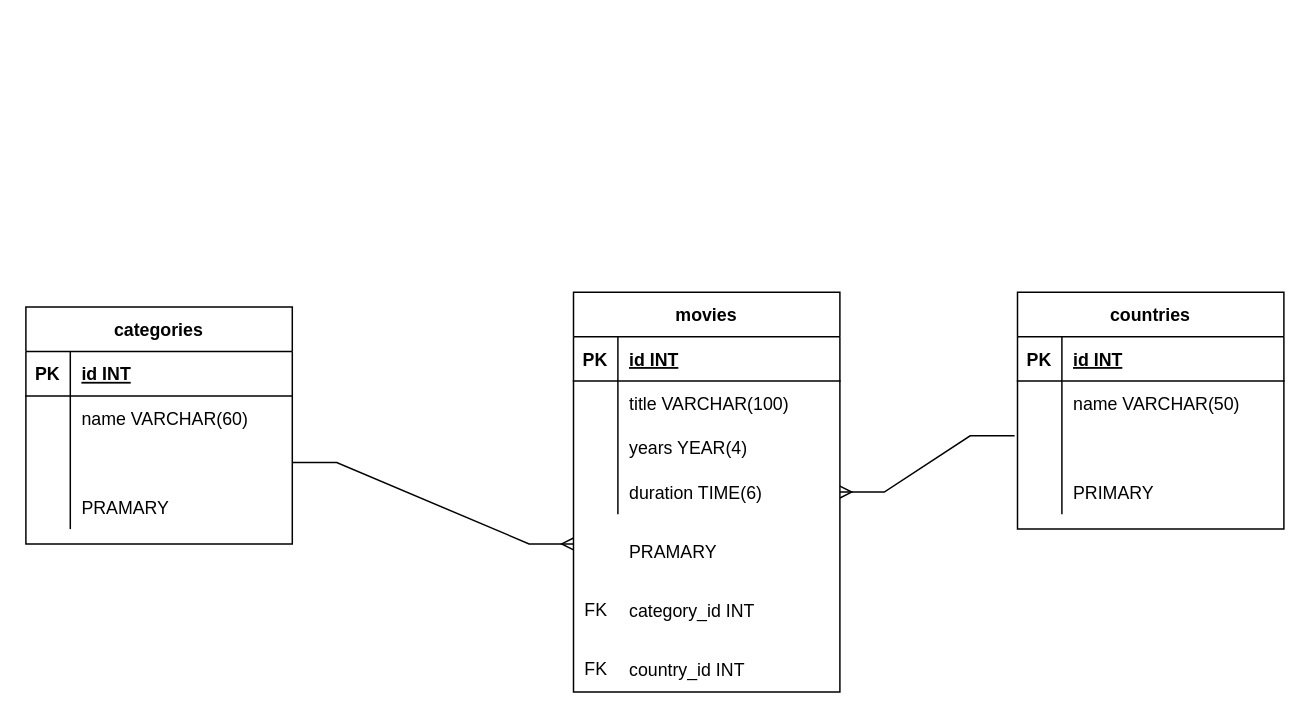
Earlier version of the draw.io diagram Untitled Diagram.drawio (jonasnapoles/javaFinalProject). Source tidied: cells renumbered, new cells numbered last; positions are measured from the earlier drawing's top-left corner, leaving out a move shared by most shapes. Both pictures are drawn from the tidied source at 148%, with x=0, y=0 at pixel (25, 292).
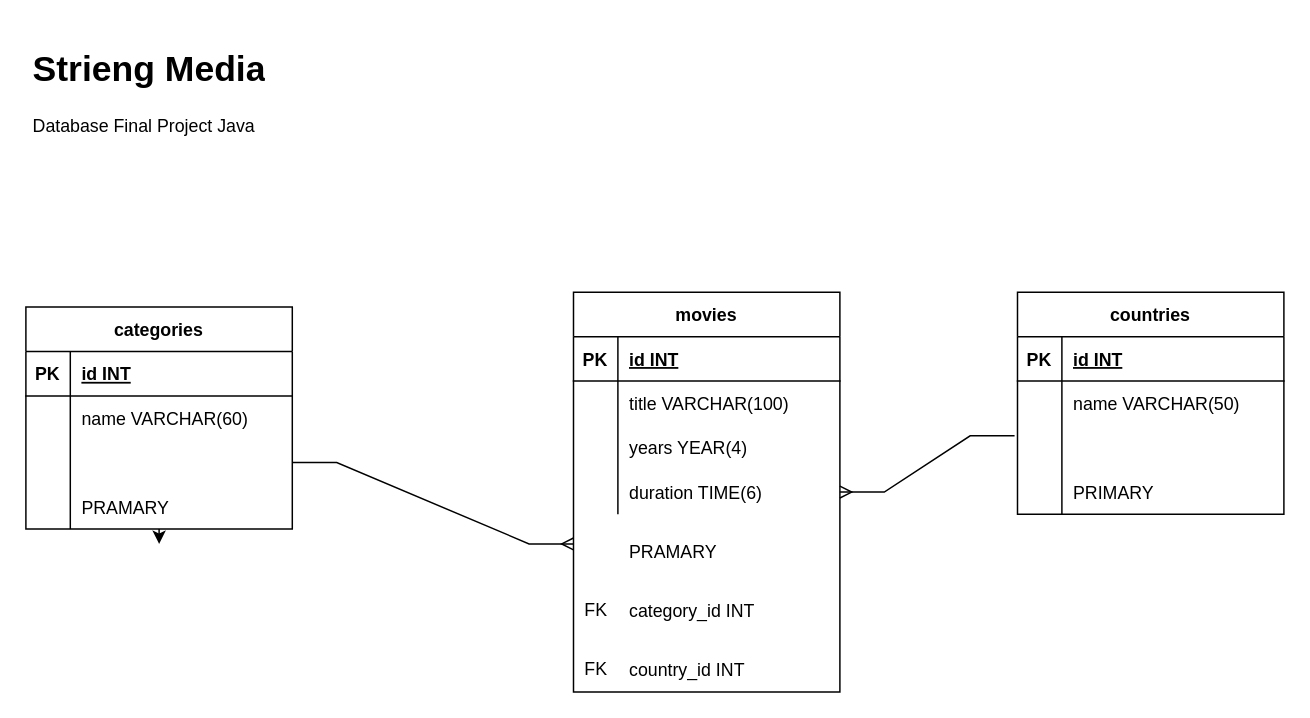
After the change.

The change refers to these unchanged cells:
```xml
<mxCell id="25" style="shape=partialRectangle;fillColor=none;top=0;left=0;bottom=0;right=0;points=[[0,0.5],[1,0.5]];portConstraint=eastwest;" parent="15" vertex="1">
  <mxGeometry y="120" width="180" height="30" as="geometry" />
</mxCell>
```

Change to the diagram source:
```diff
@@
     <mxCell id="15" value="categories" style="shape=table;startSize=30;childLayout=tableLayout;rowLines=0;fontStyle=1;align=center;" parent="1" vertex="1">
-      <mxGeometry y="10" width="180" height="160" as="geometry" />
+      <mxGeometry y="10" width="180" height="150" as="geometry" />
     </mxCell>
@@
+    <mxCell id="48" style="edgeStyle=orthogonalEdgeStyle;rounded=0;jettySize=auto;html=1;exitX=0.5;exitY=1;exitDx=0;exitDy=0;entryX=0.5;entryY=1.333;entryDx=0;entryDy=0;entryPerimeter=0;" parent="15" edge="1" source="15" target="25">
+      <mxGeometry relative="1" as="geometry" />
+    </mxCell>
@@
     <mxCell id="28" value="countries" style="shape=table;startSize=30;childLayout=tableLayout;rowLines=0;fontStyle=1;align=center;" parent="1" vertex="1">
-      <mxGeometry x="670" width="180" height="160" as="geometry" />
+      <mxGeometry x="670" width="180" height="150" as="geometry" />
     </mxCell>
@@
+    <mxCell id="49" value="&lt;h1&gt;Strieng Media&lt;/h1&gt;&lt;p&gt;Database Final Project Java&lt;/p&gt;" style="text;html=1;strokeColor=none;fillColor=none;spacing=5;spacingTop=-20;whiteSpace=wrap;overflow=hidden;rounded=0;" parent="1" vertex="1">
+      <mxGeometry y="-170" width="680" height="120" as="geometry" />
+    </mxCell>
```
